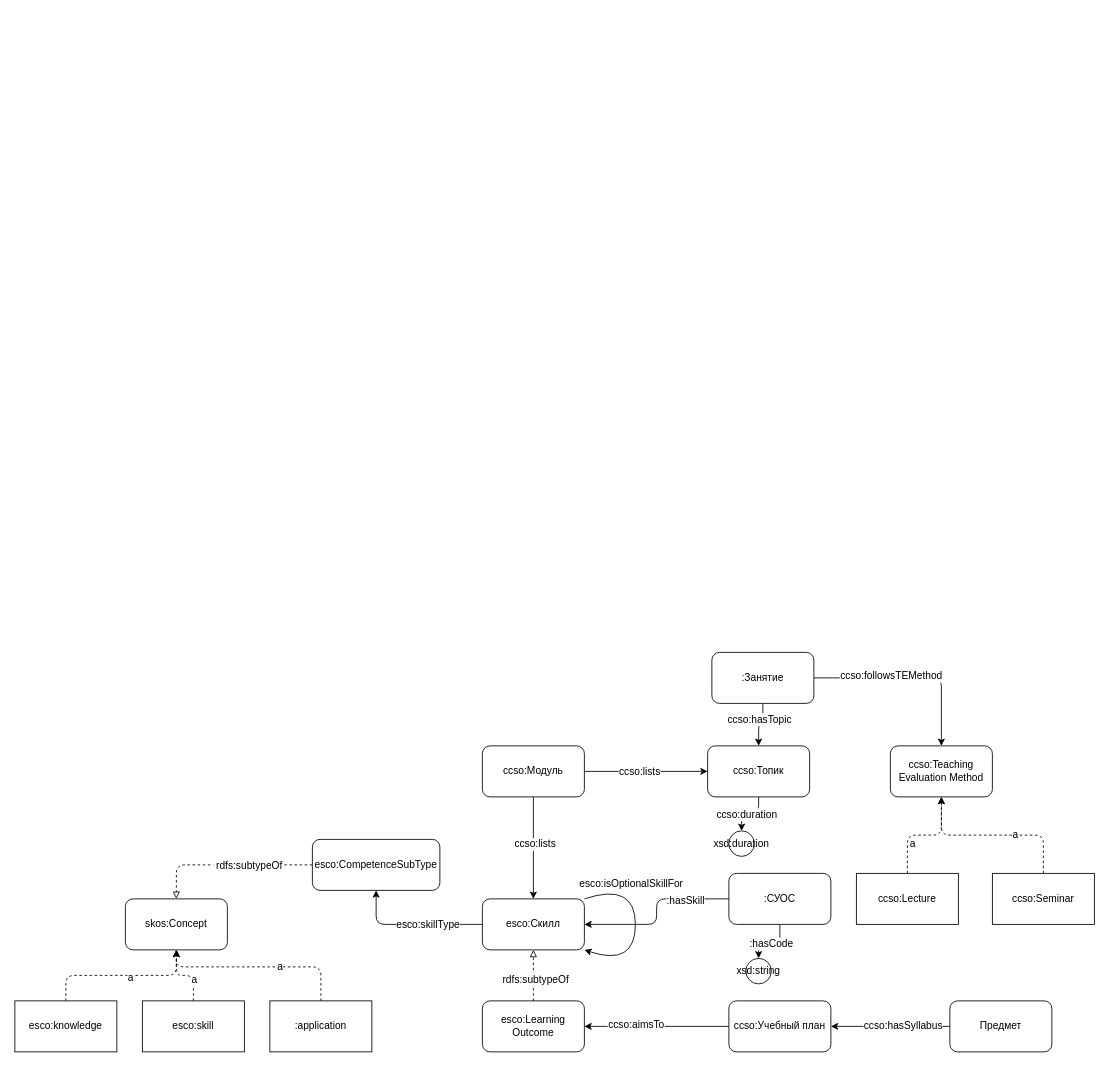
Above: Diagram.drawio in Dnnd/edu-ontology (draw.io), before the change. Source tidied: cells renumbered, new cells numbered last; positions are measured from the earlier drawing's top-left corner, leaving out a move shared by most shapes. Both pictures are drawn from the tidied source at 85%, with x=0, y=0 at pixel (14, 652).
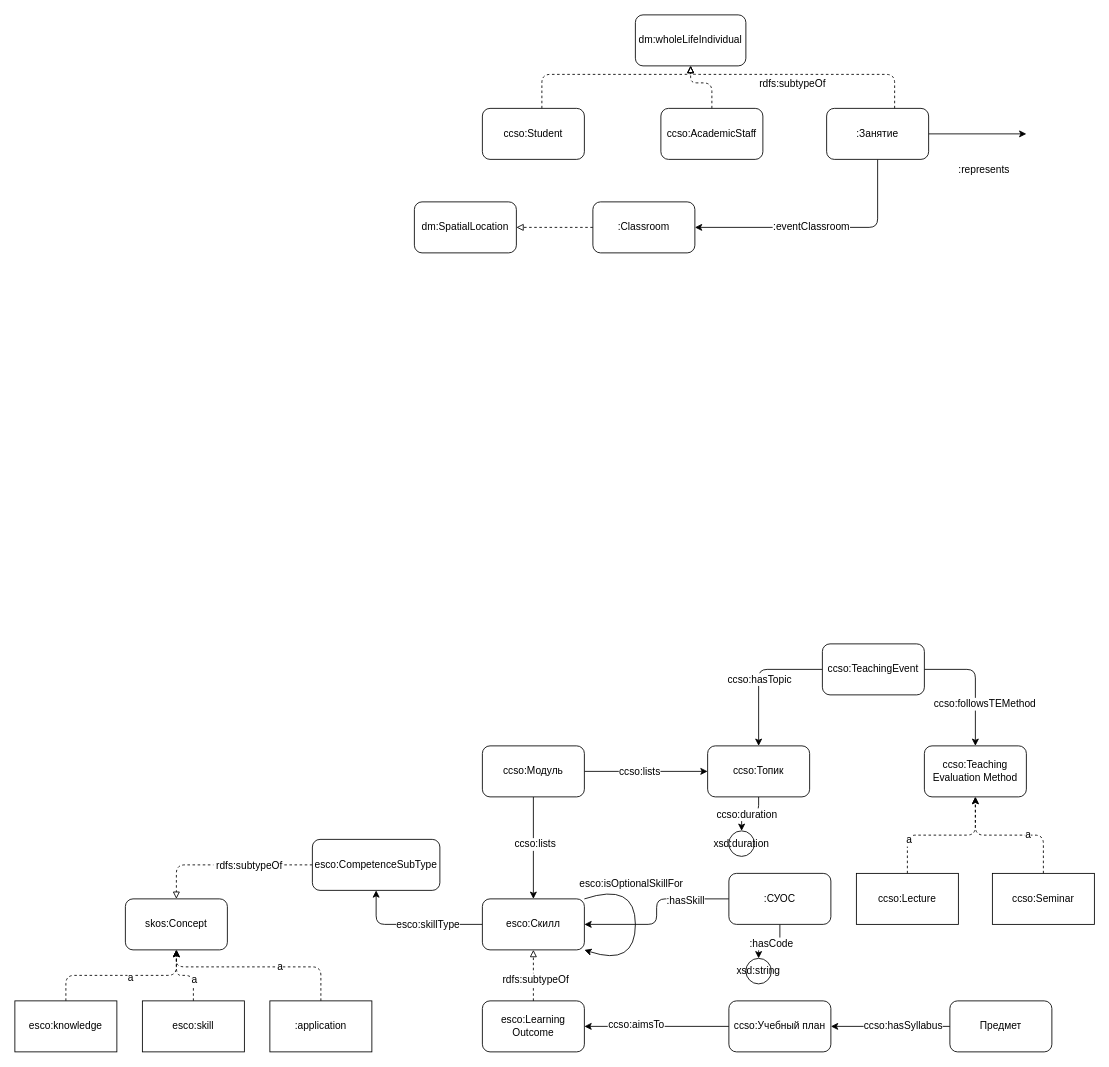
The same page after the edit.

The edit, as a diff of the source:
```diff
@@
     <mxCell id="45" style="edgeStyle=orthogonalEdgeStyle;rounded=1;jettySize=auto;html=1;endArrow=classic;endFill=1;strokeColor=#000000;" parent="1" edge="1" source="47" target="48">
-      <mxGeometry relative="1" as="geometry" />
+      <mxGeometry relative="1" as="geometry">
+        <Array as="points">
+          <mxPoint x="1130" y="20" />
+        </Array>
+      </mxGeometry>
     </mxCell>
     <mxCell id="46" value="ccso:followsTEMethod" style="text;html=1;align=center;verticalAlign=middle;labelBackgroundColor=#ffffff;" parent="45" vertex="1">
-      <mxGeometry x="-0.22" y="3" relative="1" as="geometry" />
+      <mxGeometry x="-0.22" y="3" relative="1" as="geometry">
+        <mxPoint x="11" y="43" as="offset" />
+      </mxGeometry>
     </mxCell>
+    <mxCell id="56" style="edgeStyle=orthogonalEdgeStyle;rounded=1;jettySize=auto;html=1;endArrow=block;endFill=0;strokeColor=#000000;dashed=1;" parent="1" edge="1" source="63" target="58">
+      <mxGeometry relative="1" as="geometry">
+        <Array as="points">
+          <mxPoint x="1035" y="-680" />
+          <mxPoint x="795" y="-680" />
+        </Array>
+      </mxGeometry>
+    </mxCell>
+    <mxCell id="57" value="&amp;nbsp;rdfs:subtypeOf" style="text;html=1;align=center;verticalAlign=middle;labelBackgroundColor=#ffffff;" parent="56" vertex="1">
+      <mxGeometry x="0.2" y="-34" relative="1" as="geometry">
+        <mxPoint x="11.7" y="44.3" as="offset" />
+      </mxGeometry>
+    </mxCell>
-    <mxCell id="47" value=":Занятие" style="rounded=1;whiteSpace=wrap;html=1;" parent="1" vertex="1">
-      <mxGeometry x="820" width="120" height="60" as="geometry" />
+    <mxCell id="47" value="ccso:TeachingEvent" style="rounded=1;whiteSpace=wrap;html=1;" parent="1" vertex="1">
+      <mxGeometry x="950" y="-10" width="120" height="60" as="geometry" />
     </mxCell>
     <mxCell id="48" value="ccso:Teaching Evaluation Method" style="rounded=1;whiteSpace=wrap;html=1;" parent="1" vertex="1">
-      <mxGeometry x="1030" y="110" width="120" height="60" as="geometry" />
+      <mxGeometry x="1070" y="110" width="120" height="60" as="geometry" />
     </mxCell>
@@
+    <mxCell id="58" value="dm:wholeLifeIndividual" style="rounded=1;whiteSpace=wrap;html=1;" parent="1" vertex="1">
+      <mxGeometry x="730" y="-750" width="130" height="60" as="geometry" />
+    </mxCell>
+    <mxCell id="59" style="edgeStyle=orthogonalEdgeStyle;rounded=1;jettySize=auto;html=1;endArrow=classic;endFill=1;strokeColor=#000000;" parent="1" edge="1" source="63">
+      <mxGeometry relative="1" as="geometry">
+        <mxPoint x="1190" y="-610" as="targetPoint" />
+      </mxGeometry>
+    </mxCell>
+    <mxCell id="60" value=":represents" style="text;html=1;align=center;verticalAlign=middle;labelBackgroundColor=#ffffff;" parent="59" vertex="1">
+      <mxGeometry x="-0.09" y="-11" relative="1" as="geometry">
+        <mxPoint x="11" y="30" as="offset" />
+      </mxGeometry>
+    </mxCell>
+    <mxCell id="61" style="edgeStyle=orthogonalEdgeStyle;rounded=1;jettySize=auto;html=1;endArrow=classic;endFill=1;strokeColor=#000000;" parent="1" edge="1" source="63" target="67">
+      <mxGeometry relative="1" as="geometry">
+        <Array as="points">
+          <mxPoint x="1015" y="-500" />
+        </Array>
+      </mxGeometry>
+    </mxCell>
+    <mxCell id="62" value=":eventClassroom" style="text;html=1;align=center;verticalAlign=middle;labelBackgroundColor=#ffffff;" parent="61" vertex="1">
+      <mxGeometry x="0.08" y="-2" relative="1" as="geometry" />
+    </mxCell>
+    <mxCell id="63" value=":Занятие" style="rounded=1;whiteSpace=wrap;html=1;" parent="1" vertex="1">
+      <mxGeometry x="955" y="-640" width="120" height="60" as="geometry" />
+    </mxCell>
+    <mxCell id="64" style="edgeStyle=orthogonalEdgeStyle;rounded=1;jettySize=auto;html=1;endArrow=block;endFill=0;strokeColor=#000000;dashed=1;" parent="1" edge="1" source="65" target="58">
+      <mxGeometry relative="1" as="geometry">
+        <Array as="points">
+          <mxPoint x="820" y="-670" />
+          <mxPoint x="795" y="-670" />
+        </Array>
+      </mxGeometry>
+    </mxCell>
+    <mxCell id="65" value="ccso:AcademicStaff" style="rounded=1;whiteSpace=wrap;html=1;" parent="1" vertex="1">
+      <mxGeometry x="760" y="-640" width="120" height="60" as="geometry" />
+    </mxCell>
+    <mxCell id="66" style="edgeStyle=orthogonalEdgeStyle;rounded=1;jettySize=auto;html=1;endArrow=block;endFill=0;strokeColor=#000000;dashed=1;" parent="1" edge="1" source="67" target="70">
+      <mxGeometry relative="1" as="geometry" />
+    </mxCell>
+    <mxCell id="67" value=":Classroom" style="rounded=1;whiteSpace=wrap;html=1;" parent="1" vertex="1">
+      <mxGeometry x="680" y="-530" width="120" height="60" as="geometry" />
+    </mxCell>
+    <mxCell id="68" style="edgeStyle=orthogonalEdgeStyle;rounded=1;jettySize=auto;html=1;endArrow=block;endFill=0;strokeColor=#000000;dashed=1;" parent="1" edge="1" source="69" target="58">
+      <mxGeometry relative="1" as="geometry">
+        <Array as="points">
+          <mxPoint x="620" y="-680" />
+          <mxPoint x="795" y="-680" />
+        </Array>
+      </mxGeometry>
+    </mxCell>
+    <mxCell id="69" value="ccso:Student" style="rounded=1;whiteSpace=wrap;html=1;" parent="1" vertex="1">
+      <mxGeometry x="550" y="-640" width="120" height="60" as="geometry" />
+    </mxCell>
+    <mxCell id="70" value="dm:SpatialLocation" style="rounded=1;whiteSpace=wrap;html=1;" parent="1" vertex="1">
+      <mxGeometry x="470" y="-530" width="120" height="60" as="geometry" />
+    </mxCell>
```
